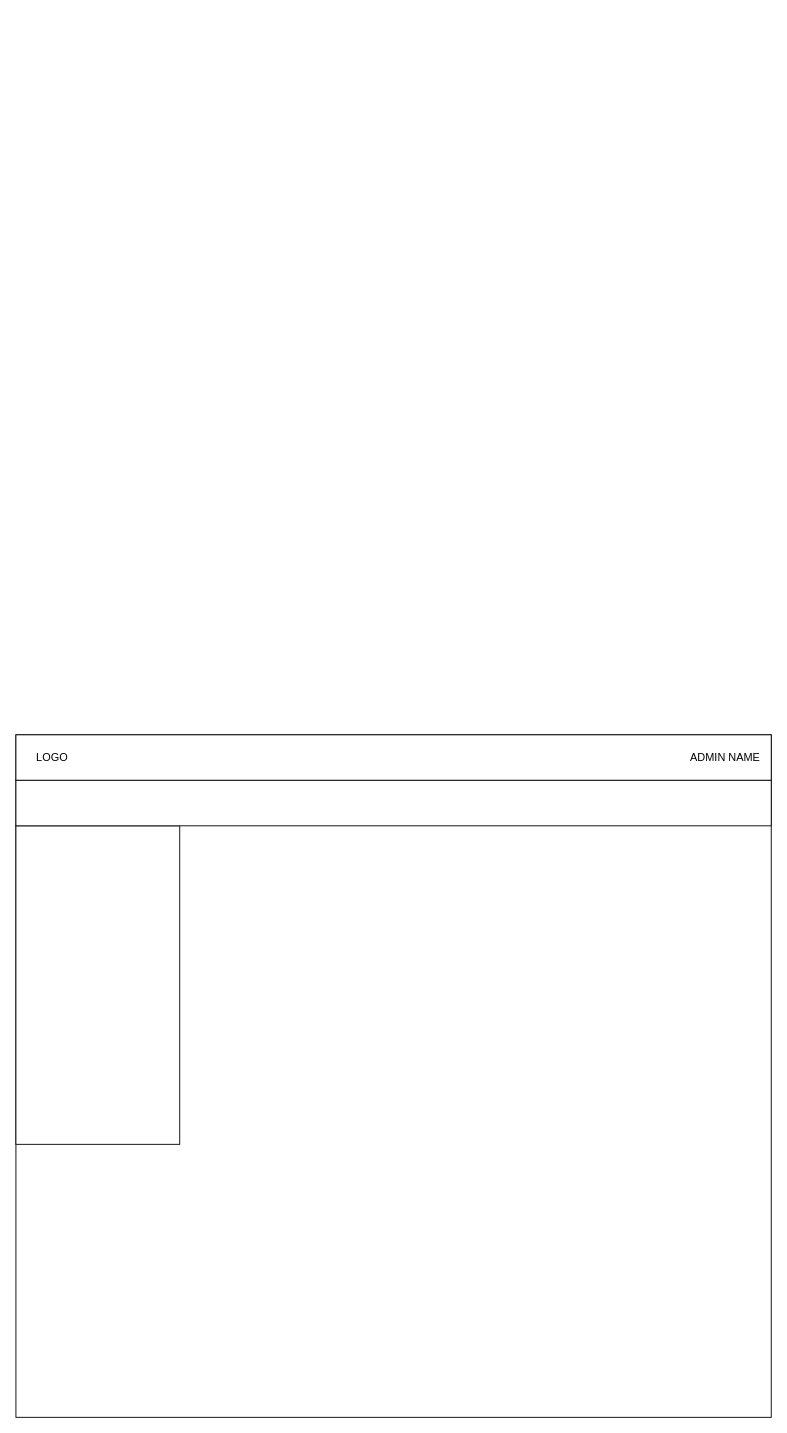
This is diagrams/AdminPage.drawio from empty-works/plain-emrs-no-fw, a draw.io file, before an edit. Source tidied: cells renumbered, new cells numbered last; positions are measured from the earlier drawing's top-left corner, leaving out a move shared by most shapes. Both pictures are drawn from the tidied source at 91%, with x=0, y=0 at pixel (15, 734).
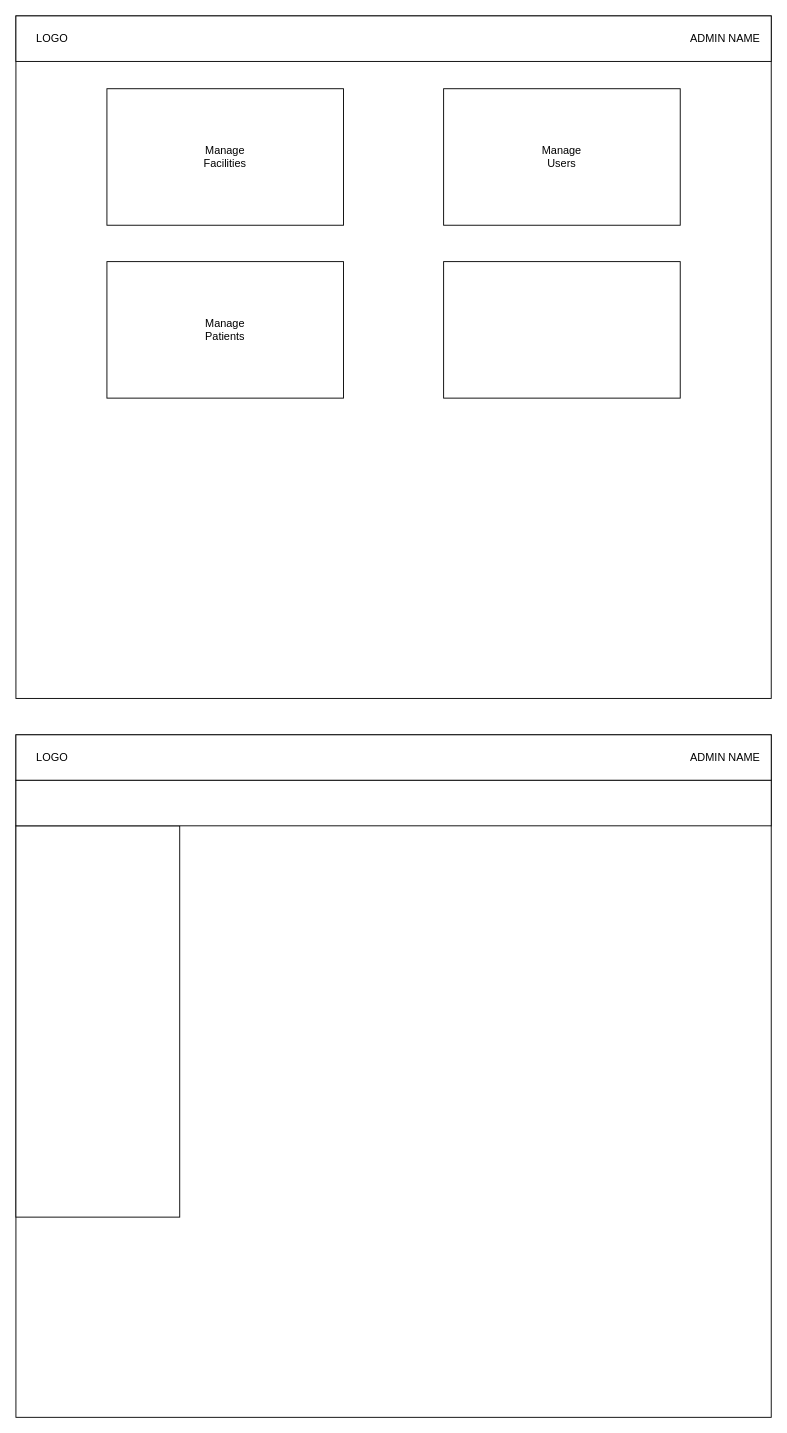
The same page after the edit.

Commit message:
Skeleton for admin landing page

Change to the diagram source:
```diff
@@
 <mxGraphModel>
   <root>
     <mxCell id="0" />
     <mxCell id="1" parent="0" />
     <mxCell id="2" style="rounded=0;whiteSpace=wrap;html=1;" parent="1" vertex="1">
       <mxGeometry width="830" height="750" as="geometry" />
     </mxCell>
     <mxCell id="3" style="rounded=0;whiteSpace=wrap;html=1;" parent="1" vertex="1">
       <mxGeometry width="830" height="50" as="geometry" />
     </mxCell>
     <mxCell id="4" style="rounded=0;whiteSpace=wrap;html=1;" parent="1" vertex="1">
-      <mxGeometry y="100" width="180" height="350" as="geometry" />
+      <mxGeometry y="100" width="180" height="430" as="geometry" />
     </mxCell>
     <mxCell id="5" value="LOGO" style="text;html=1;strokeColor=none;fillColor=none;align=center;verticalAlign=middle;whiteSpace=wrap;rounded=0;" parent="1" vertex="1">
       <mxGeometry x="10" y="10" width="60" height="30" as="geometry" />
     </mxCell>
     <mxCell id="6" value="ADMIN NAME" style="text;html=1;strokeColor=none;fillColor=none;align=right;verticalAlign=middle;whiteSpace=wrap;rounded=0;" parent="1" vertex="1">
       <mxGeometry x="640" y="10" width="180" height="30" as="geometry" />
     </mxCell>
     <mxCell id="7" style="rounded=0;whiteSpace=wrap;html=1;" parent="1" vertex="1">
       <mxGeometry y="50" width="830" height="50" as="geometry" />
     </mxCell>
+    <mxCell id="8" style="rounded=0;whiteSpace=wrap;html=1;" parent="1" vertex="1">
+      <mxGeometry y="-790" width="830" height="750" as="geometry" />
+    </mxCell>
+    <mxCell id="9" style="rounded=0;whiteSpace=wrap;html=1;" parent="1" vertex="1">
+      <mxGeometry y="-790" width="830" height="50" as="geometry" />
+    </mxCell>
+    <mxCell id="10" value="LOGO" style="text;html=1;strokeColor=none;fillColor=none;align=center;verticalAlign=middle;whiteSpace=wrap;rounded=0;" parent="1" vertex="1">
+      <mxGeometry x="10" y="-780" width="60" height="30" as="geometry" />
+    </mxCell>
+    <mxCell id="11" value="ADMIN NAME" style="text;html=1;strokeColor=none;fillColor=none;align=right;verticalAlign=middle;whiteSpace=wrap;rounded=0;" parent="1" vertex="1">
+      <mxGeometry x="640" y="-780" width="180" height="30" as="geometry" />
+    </mxCell>
+    <mxCell id="12" value="&lt;div&gt;Manage&lt;br&gt;&lt;/div&gt;&lt;div&gt;Facilities&lt;/div&gt;" style="rounded=0;whiteSpace=wrap;html=1;" parent="1" vertex="1">
+      <mxGeometry x="100" y="-710" width="260" height="150" as="geometry" />
+    </mxCell>
+    <mxCell id="13" value="&lt;div&gt;Manage&lt;br&gt;&lt;/div&gt;&lt;div&gt;Users&lt;/div&gt;" style="rounded=0;whiteSpace=wrap;html=1;" parent="1" vertex="1">
+      <mxGeometry x="470" y="-710" width="260" height="150" as="geometry" />
+    </mxCell>
+    <mxCell id="14" value="&lt;div&gt;Manage&lt;/div&gt;&lt;div&gt;Patients&lt;br&gt;&lt;/div&gt;" style="rounded=0;whiteSpace=wrap;html=1;" parent="1" vertex="1">
+      <mxGeometry x="100" y="-520" width="260" height="150" as="geometry" />
+    </mxCell>
+    <mxCell id="15" style="rounded=0;whiteSpace=wrap;html=1;" parent="1" vertex="1">
+      <mxGeometry x="470" y="-520" width="260" height="150" as="geometry" />
+    </mxCell>
   </root>
 </mxGraphModel>
```
